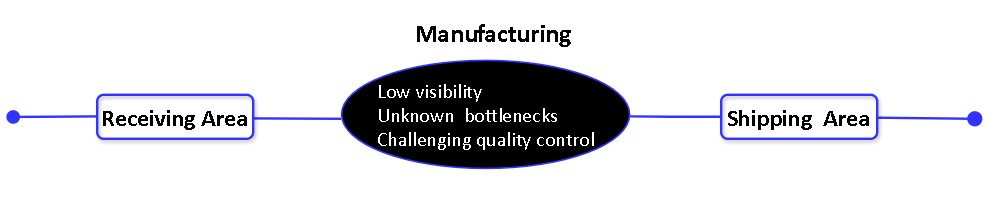
This is img/diagrame 3.png from khelef/webhview, a draw.io export, as it was before one commit. Source tidied: cells renumbered, new cells last; positions are measured from the earlier drawing's top-left corner, leaving out a move shared by most shapes.
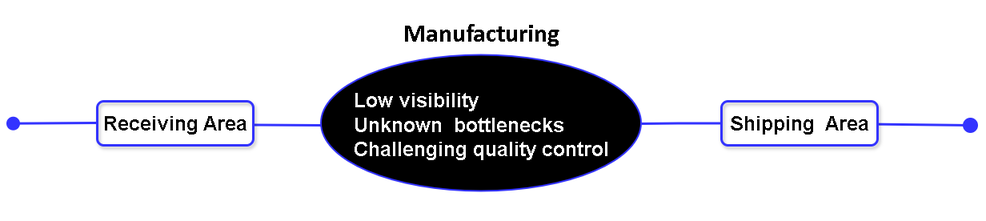
After the commit.

Change to the diagram source:
```diff
@@ -2,13 +2,13 @@
   <root>
     <mxCell id="0" />
     <mxCell id="1" parent="0" />
-    <mxCell id="2" value="&lt;h1 style=&quot;&quot;&gt;&lt;div style=&quot;text-align: left;&quot;&gt;&lt;span style=&quot;background-color: transparent; color: light-dark(rgb(255, 255, 255), rgb(255, 255, 255)); font-weight: normal;&quot;&gt;&lt;font face=&quot;CALIBRI&quot; style=&quot;font-size: 25px;&quot;&gt;&lt;br&gt;&lt;/font&gt;&lt;/span&gt;&lt;/div&gt;&lt;div style=&quot;text-align: left;&quot;&gt;&lt;span style=&quot;background-color: transparent; color: light-dark(rgb(255, 255, 255), rgb(255, 255, 255)); font-weight: normal;&quot;&gt;&lt;font face=&quot;CALIBRI&quot; style=&quot;font-size: 25px;&quot;&gt;&lt;br&gt;&lt;/font&gt;&lt;/span&gt;&lt;/div&gt;&lt;div style=&quot;text-align: left;&quot;&gt;&lt;span style=&quot;background-color: transparent; color: light-dark(rgb(255, 255, 255), rgb(255, 255, 255)); font-weight: normal;&quot;&gt;&lt;font face=&quot;CALIBRI&quot; style=&quot;font-size: 25px;&quot;&gt;Low visibility&lt;/font&gt;&lt;/span&gt;&lt;/div&gt;&lt;font style=&quot;font-size: 25px; font-weight: normal;&quot; face=&quot;CALIBRI&quot;&gt;&lt;span style=&quot;background-color: transparent; color: light-dark(rgb(255, 255, 255), rgb(255, 255, 255));&quot;&gt;&lt;div style=&quot;text-align: left;&quot;&gt;&lt;span style=&quot;background-color: transparent; color: light-dark(rgb(255, 255, 255), rgb(255, 255, 255));&quot;&gt;Unknown&amp;nbsp; bottlenecks&lt;/span&gt;&lt;/div&gt;&lt;div style=&quot;text-align: left;&quot;&gt;&lt;span style=&quot;background-color: transparent; color: light-dark(rgb(255, 255, 255), rgb(255, 255, 255)); text-align: center;&quot;&gt;Challenging quality control&lt;/span&gt;&lt;/div&gt;&lt;/span&gt;&lt;br&gt;&lt;/font&gt;&lt;br&gt;&lt;/h1&gt;" style="ellipse;whiteSpace=wrap;html=1;strokeColor=#3333FF;fillColor=#000000;strokeWidth=2;" parent="1" vertex="1">
-      <mxGeometry x="411" y="69.5" width="360" height="135" as="geometry" />
+    <mxCell id="2" value="&lt;h1 style=&quot;&quot;&gt;&lt;div style=&quot;text-align: left;&quot;&gt;&lt;span style=&quot;background-color: transparent; color: light-dark(rgb(255, 255, 255), rgb(255, 255, 255));&quot;&gt;&lt;font style=&quot;font-size: 25px;&quot; face=&quot;arial&quot;&gt;&lt;br&gt;&lt;/font&gt;&lt;/span&gt;&lt;/div&gt;&lt;div style=&quot;text-align: left;&quot;&gt;&lt;span style=&quot;background-color: transparent; color: light-dark(rgb(255, 255, 255), rgb(255, 255, 255));&quot;&gt;&lt;font style=&quot;font-size: 25px;&quot; face=&quot;arial&quot;&gt;&lt;br&gt;&lt;/font&gt;&lt;/span&gt;&lt;/div&gt;&lt;div style=&quot;text-align: left;&quot;&gt;&lt;span style=&quot;background-color: transparent; color: light-dark(rgb(255, 255, 255), rgb(255, 255, 255));&quot;&gt;&lt;font style=&quot;font-size: 25px;&quot; face=&quot;arial&quot;&gt;Low visibility&lt;/font&gt;&lt;/span&gt;&lt;/div&gt;&lt;font style=&quot;font-size: 25px;&quot; face=&quot;arial&quot;&gt;&lt;span style=&quot;background-color: transparent; color: light-dark(rgb(255, 255, 255), rgb(255, 255, 255));&quot;&gt;&lt;div style=&quot;text-align: left;&quot;&gt;&lt;span style=&quot;background-color: transparent; color: light-dark(rgb(255, 255, 255), rgb(255, 255, 255));&quot;&gt;Unknown&amp;nbsp; bottlenecks&lt;/span&gt;&lt;/div&gt;&lt;div style=&quot;text-align: left;&quot;&gt;&lt;span style=&quot;background-color: transparent; color: light-dark(rgb(255, 255, 255), rgb(255, 255, 255)); text-align: center;&quot;&gt;Challenging quality control&lt;/span&gt;&lt;/div&gt;&lt;/span&gt;&lt;br&gt;&lt;/font&gt;&lt;br&gt;&lt;/h1&gt;" style="ellipse;whiteSpace=wrap;html=1;strokeColor=#3333FF;fillColor=#000000;strokeWidth=2;" parent="1" vertex="1">
+      <mxGeometry x="385" y="54.5" width="400" height="170" as="geometry" />
     </mxCell>
     <mxCell id="3" style="html=1;verticalAlign=bottom;startArrow=none;startFill=0;endArrow=none;startSize=14;curved=0;rounded=0;strokeWidth=3;strokeColor=#3333FF;endFill=0;" parent="1" edge="1">
       <mxGeometry relative="1" as="geometry">
         <mxPoint x="300" y="141.5" as="sourcePoint" />
-        <mxPoint x="410" y="142" as="targetPoint" />
+        <mxPoint x="385" y="142" as="targetPoint" />
       </mxGeometry>
     </mxCell>
     <mxCell id="4" style="html=1;verticalAlign=bottom;startArrow=oval;startFill=1;endArrow=none;startSize=14;curved=0;rounded=0;strokeWidth=3;strokeColor=#3333FF;endFill=0;" parent="1" edge="1">
@@ -19,28 +19,28 @@
     </mxCell>
     <mxCell id="5" style="html=1;verticalAlign=bottom;startArrow=none;startFill=0;endArrow=oval;startSize=6;endSize=16;curved=0;rounded=0;endFill=1;strokeWidth=3;strokeColor=#3333FF;" parent="1" edge="1" source="8">
       <mxGeometry x="1" y="-112" relative="1" as="geometry">
-        <mxPoint x="1202" y="142" as="targetPoint" />
+        <mxPoint x="1196" y="142" as="targetPoint" />
         <mxPoint x="20" y="-2" as="offset" />
       </mxGeometry>
     </mxCell>
-    <mxCell id="6" value="&lt;h1&gt;&lt;font style=&quot;font-size: 30px;&quot; face=&quot;CALIBRI&quot;&gt;Receiving Area&lt;/font&gt;&lt;/h1&gt;" style="rounded=1;whiteSpace=wrap;html=1;fillColor=none;strokeWidth=3;strokeColor=#3333FF;shadow=1;" parent="1" vertex="1">
+    <mxCell id="6" value="&lt;h1&gt;&lt;font style=&quot;font-size: 25px;&quot; face=&quot;arial&quot;&gt;Receiving Area&lt;/font&gt;&lt;/h1&gt;" style="rounded=1;whiteSpace=wrap;html=1;fillColor=none;strokeWidth=3;strokeColor=#3333FF;shadow=1;" parent="1" vertex="1">
       <mxGeometry x="105" y="112" width="195" height="55" as="geometry" />
     </mxCell>
     <mxCell id="7" style="html=1;verticalAlign=bottom;startArrow=none;startFill=0;endArrow=none;startSize=6;endSize=16;curved=0;rounded=0;endFill=0;strokeWidth=3;strokeColor=#3333FF;" parent="1" edge="1">
       <mxGeometry x="1" y="-112" relative="1" as="geometry">
-        <mxPoint x="771" y="139" as="sourcePoint" />
+        <mxPoint x="785" y="140" as="sourcePoint" />
         <mxPoint x="885" y="139.5" as="targetPoint" />
         <Array as="points">
-          <mxPoint x="821" y="139.5" />
+          <mxPoint x="831" y="139.5" />
         </Array>
         <mxPoint x="20" y="-2" as="offset" />
       </mxGeometry>
     </mxCell>
-    <mxCell id="8" value="&lt;h1&gt;&lt;font face=&quot;CALIBRI&quot; style=&quot;font-size: 30px;&quot;&gt;Shipping&amp;nbsp; Area&lt;/font&gt;&lt;/h1&gt;" style="rounded=1;whiteSpace=wrap;html=1;fillColor=none;shadow=1;strokeColor=#3333FF;strokeWidth=3;" parent="1" vertex="1">
+    <mxCell id="8" value="&lt;h1&gt;&lt;font style=&quot;font-size: 25px;&quot; face=&quot;arial&quot;&gt;Shipping&amp;nbsp; Area&lt;/font&gt;&lt;/h1&gt;" style="rounded=1;whiteSpace=wrap;html=1;fillColor=none;shadow=1;strokeColor=#3333FF;strokeWidth=3;" parent="1" vertex="1">
       <mxGeometry x="885" y="112" width="195" height="55" as="geometry" />
     </mxCell>
     <mxCell id="9" value="&lt;h1&gt;&lt;font face=&quot;CALIBRI&quot;&gt;Manufacturing&lt;/font&gt;&lt;/h1&gt;" style="text;html=1;whiteSpace=wrap;strokeColor=none;fillColor=none;align=center;verticalAlign=middle;rounded=0;fontSize=16;" parent="1" vertex="1">
-      <mxGeometry x="475" y="-0.5" width="250" height="70" as="geometry" />
+      <mxGeometry x="460" y="-8" width="250" height="70" as="geometry" />
     </mxCell>
   </root>
 </mxGraphModel>
```
